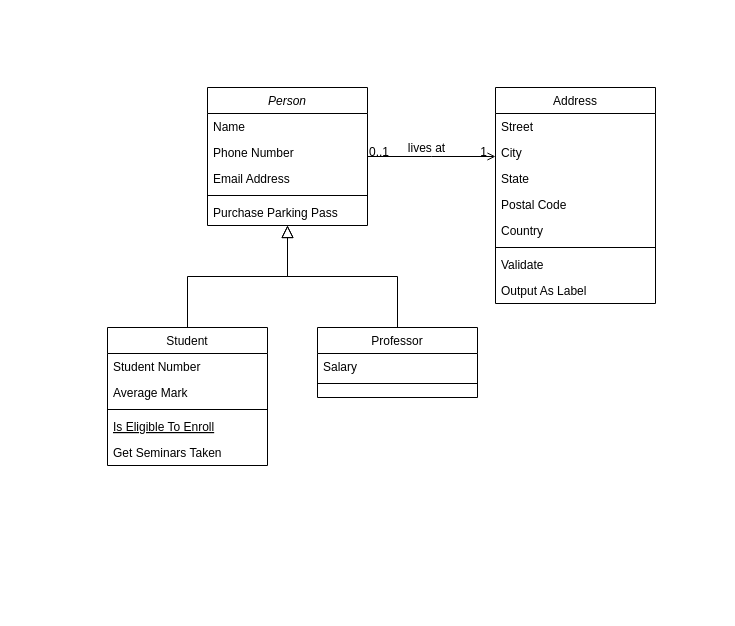
Earlier version of the draw.io diagram Rayuela.drawio (huenu/GameChallengeRecommender). Source tidied: cells renumbered, new cells numbered last; positions are measured from the earlier drawing's top-left corner, leaving out a move shared by most shapes. Both pictures are drawn from the tidied source at 100%, with x=0, y=0 at pixel (107, 87).
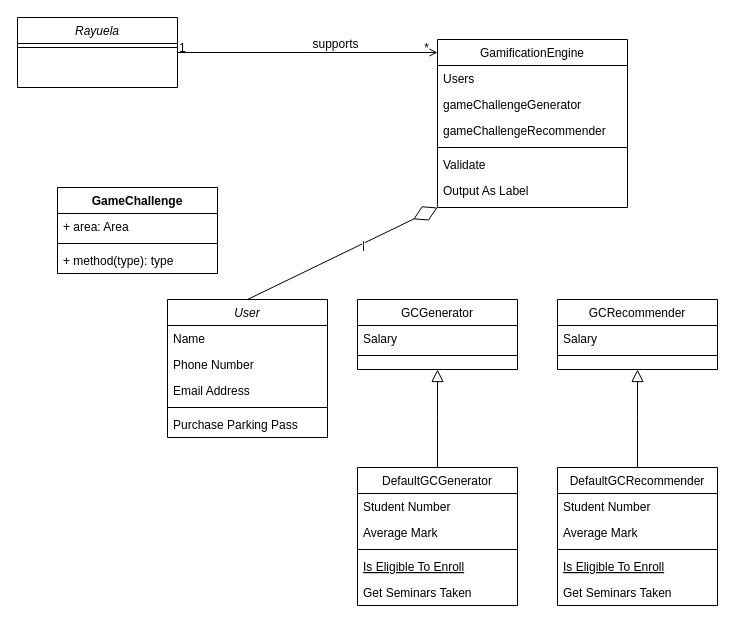
The same diagram, later.

Change to the diagram source:
```diff
@@
-    <mxCell id="2" value="Person" style="swimlane;fontStyle=2;align=center;verticalAlign=top;horizontal=1;startSize=26;rounded=0;shadow=0;strokeWidth=1;" parent="1" vertex="1">
-      <mxGeometry x="100" width="160" height="138" as="geometry" />
+    <mxCell id="2" value="User" style="swimlane;fontStyle=2;align=center;verticalAlign=top;horizontal=1;startSize=26;rounded=0;shadow=0;strokeWidth=1;" parent="1" vertex="1">
+      <mxGeometry x="60" y="212" width="160" height="138" as="geometry" />
     </mxCell>
@@
-    <mxCell id="8" value="Student" style="swimlane;fontStyle=0;align=center;verticalAlign=top;horizontal=1;startSize=26;rounded=0;shadow=0;strokeWidth=1;" parent="1" vertex="1">
-      <mxGeometry y="240" width="160" height="138" as="geometry" />
+    <mxCell id="8" value="DefaultGCGenerator" style="swimlane;fontStyle=0;align=center;verticalAlign=top;horizontal=1;startSize=26;rounded=0;shadow=0;strokeWidth=1;" parent="1" vertex="1">
+      <mxGeometry x="250" y="380" width="160" height="138" as="geometry" />
     </mxCell>
@@
-    <mxCell id="14" style="endArrow=block;endSize=10;endFill=0;shadow=0;strokeWidth=1;rounded=0;edgeStyle=elbowEdgeStyle;elbow=vertical;" parent="1" edge="1" source="8" target="2">
+    <mxCell id="14" style="endArrow=block;endSize=10;endFill=0;shadow=0;strokeWidth=1;rounded=0;edgeStyle=elbowEdgeStyle;elbow=vertical;entryX=0.5;entryY=1;entryDx=0;entryDy=0;" parent="1" edge="1" source="8" target="15">
       <mxGeometry relative="1" as="geometry" />
     </mxCell>
-    <mxCell id="15" value="Professor" style="swimlane;fontStyle=0;align=center;verticalAlign=top;horizontal=1;startSize=26;rounded=0;shadow=0;strokeWidth=1;" parent="1" vertex="1">
-      <mxGeometry x="210" y="240" width="160" height="70" as="geometry" />
+    <mxCell id="15" value="GCGenerator" style="swimlane;fontStyle=0;align=center;verticalAlign=top;horizontal=1;startSize=26;rounded=0;shadow=0;strokeWidth=1;" parent="1" vertex="1">
+      <mxGeometry x="250" y="212" width="160" height="70" as="geometry" />
     </mxCell>
@@
-    <mxCell id="18" style="endArrow=block;endSize=10;endFill=0;shadow=0;strokeWidth=1;rounded=0;edgeStyle=elbowEdgeStyle;elbow=vertical;" parent="1" edge="1" source="15" target="2">
-      <mxGeometry relative="1" as="geometry" />
-    </mxCell>
-    <mxCell id="19" value="Address" style="swimlane;fontStyle=0;align=center;verticalAlign=top;horizontal=1;startSize=26;rounded=0;shadow=0;strokeWidth=1;" parent="1" vertex="1">
-      <mxGeometry x="388" width="160" height="216" as="geometry" />
+    <mxCell id="19" value="GamificationEngine" style="swimlane;fontStyle=0;align=center;verticalAlign=top;horizontal=1;startSize=26;rounded=0;shadow=0;strokeWidth=1;" parent="1" vertex="1">
+      <mxGeometry x="330" y="-48" width="190" height="168" as="geometry" />
     </mxCell>
+    <mxCell id="22" value="Users" style="text;align=left;verticalAlign=top;spacingLeft=4;spacingRight=4;overflow=hidden;rounded=0;shadow=0;html=0;" parent="19" vertex="1">
+      <mxGeometry y="26" width="190" height="26" as="geometry" />
+    </mxCell>
-    <mxCell id="20" value="Street" style="text;align=left;verticalAlign=top;spacingLeft=4;spacingRight=4;overflow=hidden;" parent="19" vertex="1">
-      <mxGeometry y="26" width="160" height="26" as="geometry" />
+    <mxCell id="20" value="gameChallengeGenerator" style="text;align=left;verticalAlign=top;spacingLeft=4;spacingRight=4;overflow=hidden;" parent="19" vertex="1">
+      <mxGeometry y="52" width="190" height="26" as="geometry" />
     </mxCell>
-    <mxCell id="21" value="City" style="text;align=left;verticalAlign=top;spacingLeft=4;spacingRight=4;overflow=hidden;rounded=0;shadow=0;html=0;" parent="19" vertex="1">
-      <mxGeometry y="52" width="160" height="26" as="geometry" />
-    </mxCell>
-    <mxCell id="22" value="State" style="text;align=left;verticalAlign=top;spacingLeft=4;spacingRight=4;overflow=hidden;rounded=0;shadow=0;html=0;" parent="19" vertex="1">
-      <mxGeometry y="78" width="160" height="26" as="geometry" />
-    </mxCell>
-    <mxCell id="23" value="Postal Code" style="text;align=left;verticalAlign=top;spacingLeft=4;spacingRight=4;overflow=hidden;rounded=0;shadow=0;html=0;" parent="19" vertex="1">
-      <mxGeometry y="104" width="160" height="26" as="geometry" />
+    <mxCell id="23" value="gameChallengeRecommender" style="text;align=left;verticalAlign=top;spacingLeft=4;spacingRight=4;overflow=hidden;rounded=0;shadow=0;html=0;" parent="19" vertex="1">
+      <mxGeometry y="78" width="190" height="26" as="geometry" />
     </mxCell>
-    <mxCell id="24" value="Country" style="text;align=left;verticalAlign=top;spacingLeft=4;spacingRight=4;overflow=hidden;rounded=0;shadow=0;html=0;" parent="19" vertex="1">
-      <mxGeometry y="130" width="160" height="26" as="geometry" />
-    </mxCell>
     <mxCell id="25" style="line;html=1;strokeWidth=1;align=left;verticalAlign=middle;spacingTop=-1;spacingLeft=3;spacingRight=3;labelPosition=right;" parent="19" vertex="1">
-      <mxGeometry y="156" width="160" height="8" as="geometry" />
+      <mxGeometry y="104" width="190" height="8" as="geometry" />
     </mxCell>
     <mxCell id="26" value="Validate" style="text;align=left;verticalAlign=top;spacingLeft=4;spacingRight=4;overflow=hidden;" parent="19" vertex="1">
-      <mxGeometry y="164" width="160" height="26" as="geometry" />
+      <mxGeometry y="112" width="190" height="26" as="geometry" />
     </mxCell>
     <mxCell id="27" value="Output As Label" style="text;align=left;verticalAlign=top;spacingLeft=4;spacingRight=4;overflow=hidden;" parent="19" vertex="1">
-      <mxGeometry y="190" width="160" height="26" as="geometry" />
+      <mxGeometry y="138" width="190" height="26" as="geometry" />
     </mxCell>
-    <mxCell id="28" style="endArrow=open;shadow=0;strokeWidth=1;rounded=0;endFill=1;edgeStyle=elbowEdgeStyle;elbow=vertical;" parent="1" edge="1" source="2" target="19">
+    <mxCell id="28" style="endArrow=open;shadow=0;strokeWidth=1;rounded=0;endFill=1;edgeStyle=elbowEdgeStyle;elbow=vertical;exitX=1;exitY=0.5;exitDx=0;exitDy=0;" parent="1" edge="1" target="19">
       <mxGeometry x="0.5" y="41" relative="1" as="geometry">
+        <mxPoint x="70" y="-35" as="sourcePoint" />
         <mxPoint x="-40" y="32" as="offset" />
       </mxGeometry>
     </mxCell>
-    <mxCell id="29" value="0..1" style="align=left;verticalAlign=bottom;labelBackgroundColor=none;fontSize=12;" parent="28" vertex="1">
+    <mxCell id="29" value="1" style="align=left;verticalAlign=bottom;labelBackgroundColor=none;fontSize=12;" parent="28" vertex="1">
       <mxGeometry x="-1" relative="1" as="geometry">
         <mxPoint y="4" as="offset" />
       </mxGeometry>
     </mxCell>
-    <mxCell id="30" value="1" style="align=right;verticalAlign=bottom;labelBackgroundColor=none;fontSize=12;" parent="28" vertex="1">
+    <mxCell id="30" value="*" style="align=right;verticalAlign=bottom;labelBackgroundColor=none;fontSize=12;" parent="28" vertex="1">
       <mxGeometry x="1" relative="1" as="geometry">
         <mxPoint x="-7" y="4" as="offset" />
       </mxGeometry>
     </mxCell>
-    <mxCell id="31" value="lives at" style="text;html=1;align=center;verticalAlign=middle;labelBackgroundColor=none;rounded=0;shadow=0;strokeWidth=1;fontSize=12;" parent="28" vertex="1">
+    <mxCell id="31" value="supports" style="text;html=1;align=center;verticalAlign=middle;labelBackgroundColor=none;rounded=0;shadow=0;strokeWidth=1;fontSize=12;" parent="28" vertex="1">
       <mxGeometry x="0.5" y="49" relative="1" as="geometry">
         <mxPoint x="-38" y="40" as="offset" />
       </mxGeometry>
     </mxCell>
+    <mxCell id="32" value="Rayuela" style="swimlane;fontStyle=2;align=center;verticalAlign=top;horizontal=1;startSize=26;rounded=0;shadow=0;strokeWidth=1;" parent="1" vertex="1">
+      <mxGeometry x="-90" y="-70" width="160" height="70" as="geometry" />
+    </mxCell>
+    <mxCell id="33" style="line;html=1;strokeWidth=1;align=left;verticalAlign=middle;spacingTop=-1;spacingLeft=3;spacingRight=3;labelPosition=right;" parent="32" vertex="1">
+      <mxGeometry y="26" width="160" height="8" as="geometry" />
+    </mxCell>
+    <mxCell id="34" value="GCRecommender" style="swimlane;fontStyle=0;align=center;verticalAlign=top;horizontal=1;startSize=26;rounded=0;shadow=0;strokeWidth=1;" parent="1" vertex="1">
+      <mxGeometry x="450" y="212" width="160" height="70" as="geometry" />
+    </mxCell>
+    <mxCell id="35" value="Salary" style="text;align=left;verticalAlign=top;spacingLeft=4;spacingRight=4;overflow=hidden;" parent="34" vertex="1">
+      <mxGeometry y="26" width="160" height="26" as="geometry" />
+    </mxCell>
+    <mxCell id="36" style="line;html=1;strokeWidth=1;align=left;verticalAlign=middle;spacingTop=-1;spacingLeft=3;spacingRight=3;labelPosition=right;" parent="34" vertex="1">
+      <mxGeometry y="52" width="160" height="8" as="geometry" />
+    </mxCell>
+    <mxCell id="37" value="DefaultGCRecommender" style="swimlane;fontStyle=0;align=center;verticalAlign=top;horizontal=1;startSize=26;rounded=0;shadow=0;strokeWidth=1;" parent="1" vertex="1">
+      <mxGeometry x="450" y="380" width="160" height="138" as="geometry" />
+    </mxCell>
+    <mxCell id="38" value="Student Number" style="text;align=left;verticalAlign=top;spacingLeft=4;spacingRight=4;overflow=hidden;" parent="37" vertex="1">
+      <mxGeometry y="26" width="160" height="26" as="geometry" />
+    </mxCell>
+    <mxCell id="39" value="Average Mark" style="text;align=left;verticalAlign=top;spacingLeft=4;spacingRight=4;overflow=hidden;rounded=0;shadow=0;html=0;" parent="37" vertex="1">
+      <mxGeometry y="52" width="160" height="26" as="geometry" />
+    </mxCell>
+    <mxCell id="40" style="line;html=1;strokeWidth=1;align=left;verticalAlign=middle;spacingTop=-1;spacingLeft=3;spacingRight=3;labelPosition=right;" parent="37" vertex="1">
+      <mxGeometry y="78" width="160" height="8" as="geometry" />
+    </mxCell>
+    <mxCell id="41" value="Is Eligible To Enroll" style="text;align=left;verticalAlign=top;spacingLeft=4;spacingRight=4;overflow=hidden;fontStyle=4;" parent="37" vertex="1">
+      <mxGeometry y="86" width="160" height="26" as="geometry" />
+    </mxCell>
+    <mxCell id="42" value="Get Seminars Taken" style="text;align=left;verticalAlign=top;spacingLeft=4;spacingRight=4;overflow=hidden;" parent="37" vertex="1">
+      <mxGeometry y="112" width="160" height="26" as="geometry" />
+    </mxCell>
+    <mxCell id="43" style="endArrow=block;endSize=10;endFill=0;shadow=0;strokeWidth=1;rounded=0;edgeStyle=elbowEdgeStyle;elbow=vertical;entryX=0.5;entryY=1;entryDx=0;entryDy=0;exitX=0.5;exitY=0;exitDx=0;exitDy=0;" parent="1" edge="1" source="37" target="34">
+      <mxGeometry relative="1" as="geometry" />
+    </mxCell>
+    <mxCell id="44" style="endArrow=diamondThin;endFill=0;endSize=24;html=1;rounded=0;exitX=0.5;exitY=0;exitDx=0;exitDy=0;entryX=0;entryY=1;entryDx=0;entryDy=0;" parent="1" edge="1" source="2" target="19">
+      <mxGeometry relative="1" as="geometry" />
+    </mxCell>
+    <mxCell id="45" value="|" style="edgeLabel;html=1;align=center;verticalAlign=middle;" parent="44" vertex="1">
+      <mxGeometry x="0.21" relative="1" as="geometry">
+        <mxPoint y="1" as="offset" />
+      </mxGeometry>
+    </mxCell>
+    <mxCell id="46" value="GameChallenge" style="swimlane;fontStyle=1;align=center;verticalAlign=top;horizontal=1;startSize=26;whiteSpace=wrap;html=1;" parent="1" vertex="1">
+      <mxGeometry x="-50" y="100" width="160" height="86" as="geometry" />
+    </mxCell>
+    <mxCell id="47" value="+ area: Area" style="text;strokeColor=none;fillColor=none;align=left;verticalAlign=top;spacingLeft=4;spacingRight=4;overflow=hidden;whiteSpace=wrap;html=1;" parent="46" vertex="1">
+      <mxGeometry y="26" width="160" height="26" as="geometry" />
+    </mxCell>
+    <mxCell id="48" style="line;strokeWidth=1;fillColor=none;align=left;verticalAlign=middle;spacingTop=-1;spacingLeft=3;spacingRight=3;labelPosition=right;strokeColor=inherit;" parent="46" vertex="1">
+      <mxGeometry y="52" width="160" height="8" as="geometry" />
+    </mxCell>
+    <mxCell id="49" value="+ method(type): type" style="text;strokeColor=none;fillColor=none;align=left;verticalAlign=top;spacingLeft=4;spacingRight=4;overflow=hidden;whiteSpace=wrap;html=1;" parent="46" vertex="1">
+      <mxGeometry y="60" width="160" height="26" as="geometry" />
+    </mxCell>
```
